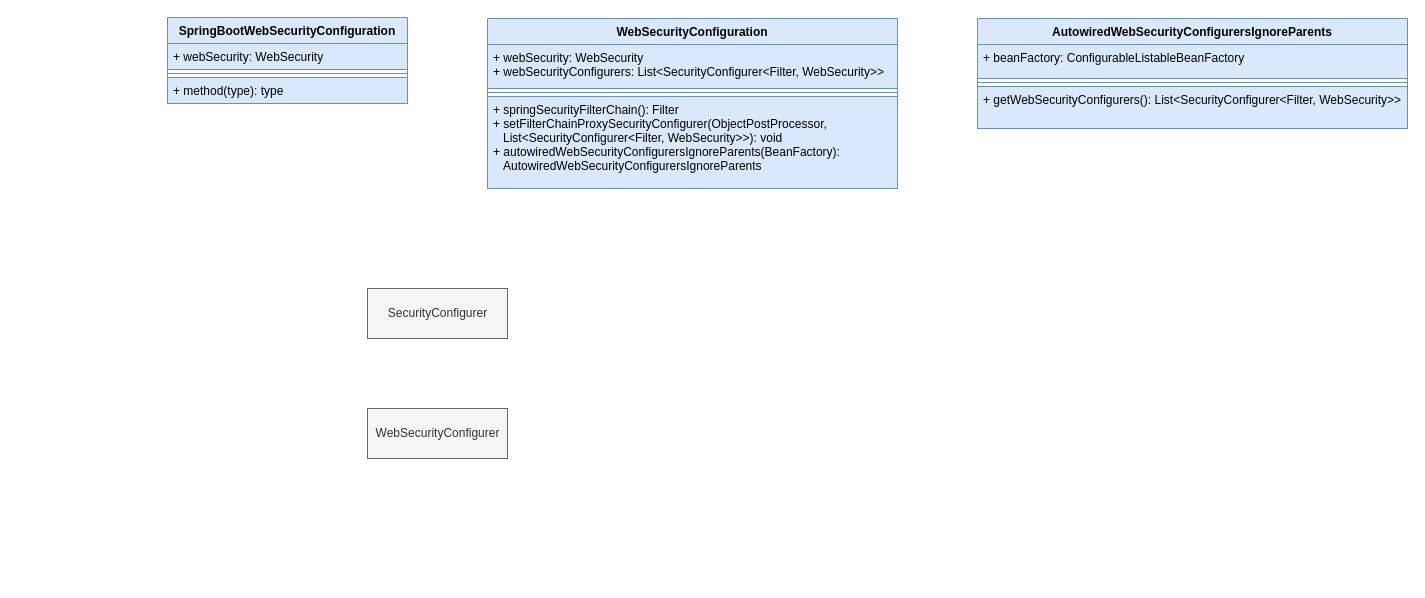
quanqiang-li/draw keeps this draw.io diagram as page "web" (3 of 3) of spring-scurity.drawio. Above is the earlier version. Source tidied: cells renumbered, new cells numbered last; positions are measured from the earlier drawing's top-left corner, leaving out a move shared by most shapes. Both pictures are drawn from the tidied source at 100%, with x=0, y=0 at pixel (167, 17).
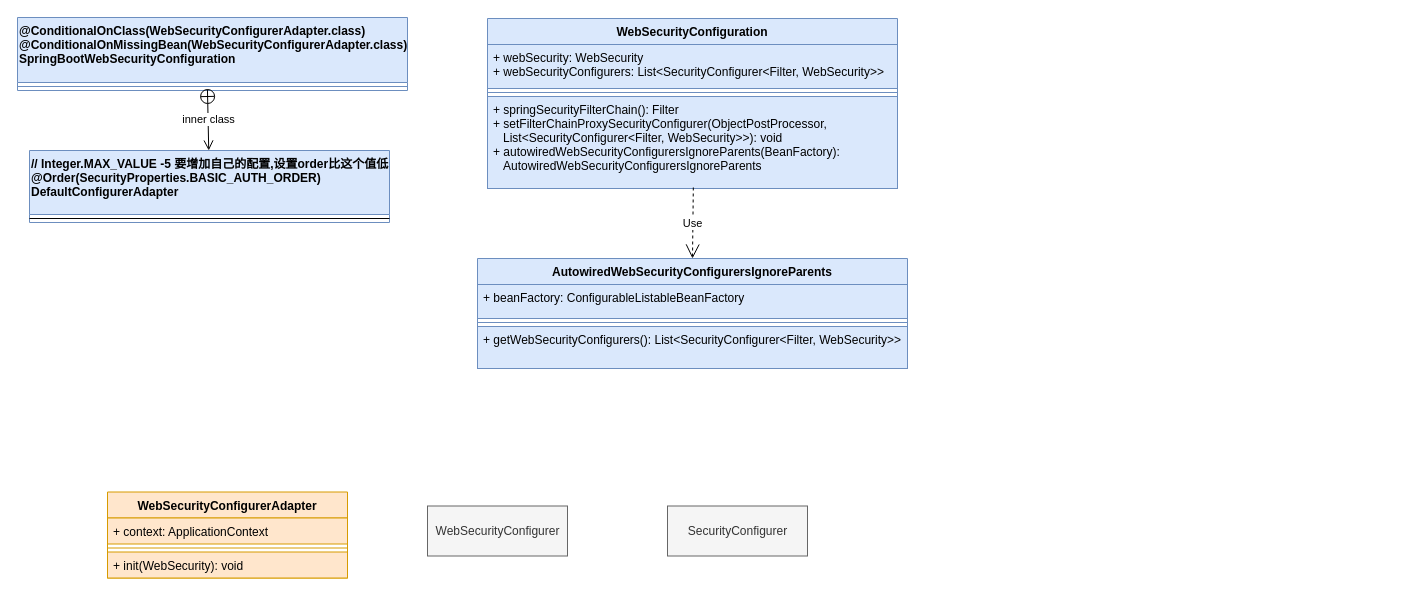
After the change.

Unchanged cells that the change refers to:
```xml
<mxCell id="5" value="+ springSecurityFilterChain(): Filter&#10;+ setFilterChainProxySecurityConfigurer(ObjectPostProcessor,&#10;   List&lt;SecurityConfigurer&lt;Filter, WebSecurity&gt;&gt;): void&#10;+ autowiredWebSecurityConfigurersIgnoreParents(BeanFactory): &#10;   AutowiredWebSecurityConfigurersIgnoreParents&#10;" style="text;strokeColor=#6c8ebf;fillColor=#dae8fc;align=left;verticalAlign=top;spacingLeft=4;spacingRight=4;overflow=hidden;points=[[0,0.5],[1,0.5]];portConstraint=eastwest;" parent="2" vertex="1">
  <mxGeometry y="78" width="410" height="92" as="geometry" />
</mxCell>
```

Diff of the diagram source:
```diff
@@
-    <mxCell id="6" value="SpringBootWebSecurityConfiguration" style="swimlane;fontStyle=1;align=center;verticalAlign=top;horizontal=1;startSize=26;fillColor=#dae8fc;strokeColor=#6c8ebf;" parent="1" vertex="1">
-      <mxGeometry width="240" height="86" as="geometry" />
+    <mxCell id="6" value="@ConditionalOnClass(WebSecurityConfigurerAdapter.class)&#10;@ConditionalOnMissingBean(WebSecurityConfigurerAdapter.class)&#10;SpringBootWebSecurityConfiguration&#10;&#10;&#10;&#10;" style="swimlane;fontStyle=1;align=left;verticalAlign=top;horizontal=1;startSize=65;fillColor=#dae8fc;strokeColor=#6c8ebf;" parent="1" vertex="1">
+      <mxGeometry x="-150" width="390" height="73" as="geometry" />
     </mxCell>
-    <mxCell id="7" value="+ webSecurity: WebSecurity" style="text;strokeColor=#6c8ebf;fillColor=#dae8fc;align=left;verticalAlign=top;spacingLeft=4;spacingRight=4;overflow=hidden;" parent="6" vertex="1">
-      <mxGeometry y="26" width="240" height="26" as="geometry" />
-    </mxCell>
     <mxCell id="8" style="line;strokeWidth=1;fillColor=#dae8fc;align=left;verticalAlign=middle;spacingTop=-1;spacingLeft=3;spacingRight=3;labelPosition=right;points=[];portConstraint=eastwest;strokeColor=#6c8ebf;" parent="6" vertex="1">
-      <mxGeometry y="52" width="240" height="8" as="geometry" />
+      <mxGeometry y="65" width="390" height="8" as="geometry" />
     </mxCell>
-    <mxCell id="9" value="+ method(type): type" style="text;strokeColor=#6c8ebf;fillColor=#dae8fc;align=left;verticalAlign=top;spacingLeft=4;spacingRight=4;overflow=hidden;" parent="6" vertex="1">
-      <mxGeometry y="60" width="240" height="26" as="geometry" />
-    </mxCell>
     <mxCell id="10" value="AutowiredWebSecurityConfigurersIgnoreParents" style="swimlane;fontStyle=1;align=center;verticalAlign=top;horizontal=1;startSize=26;fillColor=#dae8fc;strokeColor=#6c8ebf;" parent="1" vertex="1">
-      <mxGeometry x="810" y="1" width="430" height="110" as="geometry" />
+      <mxGeometry x="310" y="241" width="430" height="110" as="geometry" />
     </mxCell>
@@
     <mxCell id="14" value="SecurityConfigurer&lt;br&gt;" style="html=1;fillColor=#f5f5f5;strokeColor=#666666;fontColor=#333333;" parent="1" vertex="1">
-      <mxGeometry x="200" y="271" width="140" height="50" as="geometry" />
+      <mxGeometry x="500" y="488.5" width="140" height="50" as="geometry" />
     </mxCell>
     <mxCell id="15" value="WebSecurityConfigurer&lt;br&gt;" style="html=1;fillColor=#f5f5f5;strokeColor=#666666;fontColor=#333333;" parent="1" vertex="1">
-      <mxGeometry x="200" y="391" width="140" height="50" as="geometry" />
+      <mxGeometry x="260" y="488.5" width="140" height="50" as="geometry" />
     </mxCell>
+    <mxCell id="16" value="WebSecurityConfigurerAdapter" style="swimlane;fontStyle=1;align=center;verticalAlign=top;horizontal=1;startSize=26;fillColor=#ffe6cc;strokeColor=#d79b00;" parent="1" vertex="1">
+      <mxGeometry x="-60" y="474.5" width="240" height="86" as="geometry" />
+    </mxCell>
+    <mxCell id="17" value="+ context: ApplicationContext" style="text;strokeColor=#d79b00;fillColor=#ffe6cc;align=left;verticalAlign=top;spacingLeft=4;spacingRight=4;overflow=hidden;" parent="16" vertex="1">
+      <mxGeometry y="26" width="240" height="26" as="geometry" />
+    </mxCell>
+    <mxCell id="18" style="line;strokeWidth=1;fillColor=#ffe6cc;align=left;verticalAlign=middle;spacingTop=-1;spacingLeft=3;spacingRight=3;labelPosition=right;strokeColor=#d79b00;" parent="16" vertex="1">
+      <mxGeometry y="52" width="240" height="8" as="geometry" />
+    </mxCell>
+    <mxCell id="19" value="+ init(WebSecurity): void" style="text;strokeColor=#d79b00;fillColor=#ffe6cc;align=left;verticalAlign=top;spacingLeft=4;spacingRight=4;overflow=hidden;" parent="16" vertex="1">
+      <mxGeometry y="60" width="240" height="26" as="geometry" />
+    </mxCell>
+    <mxCell id="20" value="// Integer.MAX_VALUE -5 要增加自己的配置,设置order比这个值低&#10;@Order(SecurityProperties.BASIC_AUTH_ORDER)&#10;DefaultConfigurerAdapter " style="swimlane;fontStyle=1;align=left;verticalAlign=top;horizontal=1;startSize=64;fillColor=#dae8fc;strokeColor=#6c8ebf;" parent="1" vertex="1">
+      <mxGeometry x="-138" y="133" width="360" height="72" as="geometry" />
+    </mxCell>
+    <mxCell id="21" style="line;strokeWidth=1;fillColor=none;align=left;verticalAlign=middle;spacingTop=-1;spacingLeft=3;spacingRight=3;labelPosition=right;" parent="20" vertex="1">
+      <mxGeometry y="64" width="360" height="8" as="geometry" />
+    </mxCell>
+    <mxCell id="22" value="inner class" style="endArrow=open;startArrow=circlePlus;endFill=0;startFill=0;endSize=8;html=1;exitX=0.487;exitY=0.75;exitDx=0;exitDy=0;exitPerimeter=0;" parent="1" edge="1" source="8" target="20">
+      <mxGeometry relative="1" as="geometry" />
+    </mxCell>
+    <mxCell id="23" value="Use" style="endArrow=open;endSize=12;dashed=1;html=1;exitX=0.502;exitY=0.989;exitDx=0;exitDy=0;exitPerimeter=0;entryX=0.5;entryY=0;entryDx=0;entryDy=0;" parent="1" edge="1" source="5" target="10">
+      <mxGeometry relative="1" as="geometry" />
+    </mxCell>
```
